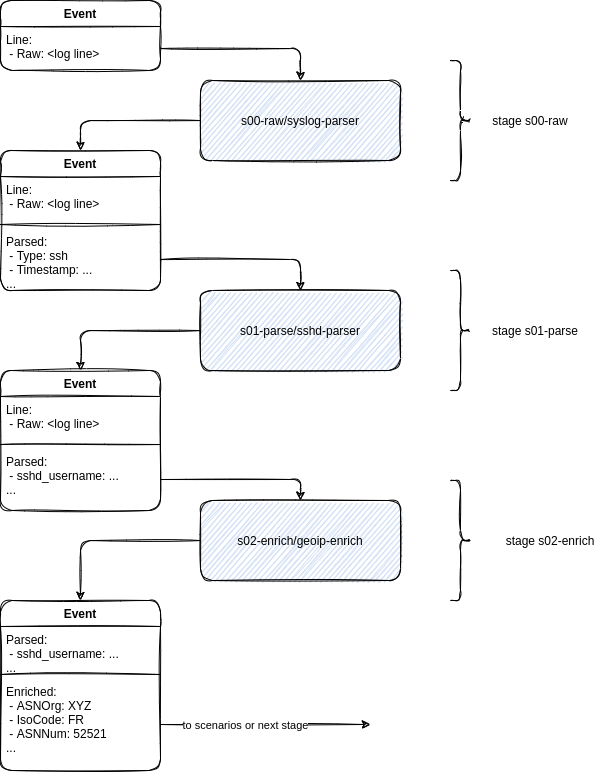
Before: crowdsec-docs/static/img/global-parser-diagrams.png, a diagram exported from draw.io (crowdsecurity/crowdsec-docs). Source tidied: cells renumbered, new cells last; positions are measured from the earlier drawing's top-left corner, leaving out a move shared by most shapes.
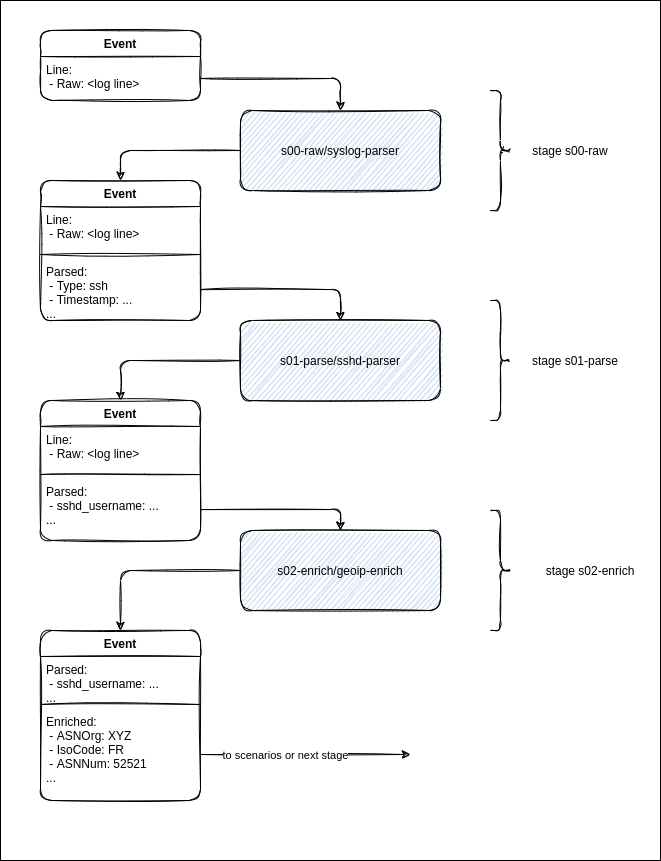
Above is the later version.

Diff of the diagram source:
```diff
@@ -2,6 +2,9 @@
   <root>
     <mxCell id="0" />
     <mxCell id="1" parent="0" />
+    <mxCell id="36" style="rounded=0;whiteSpace=wrap;html=1;sketch=0;fillColor=#FFFFFF;" parent="1" vertex="1">
+      <mxGeometry x="-40" y="-30" width="660" height="860" as="geometry" />
+    </mxCell>
     <mxCell id="2" value="Event" style="swimlane;fontStyle=1;align=center;verticalAlign=top;horizontal=1;startSize=26;rounded=1;sketch=1;" parent="1" vertex="1">
       <mxGeometry width="160" height="70" as="geometry" />
     </mxCell>
```
